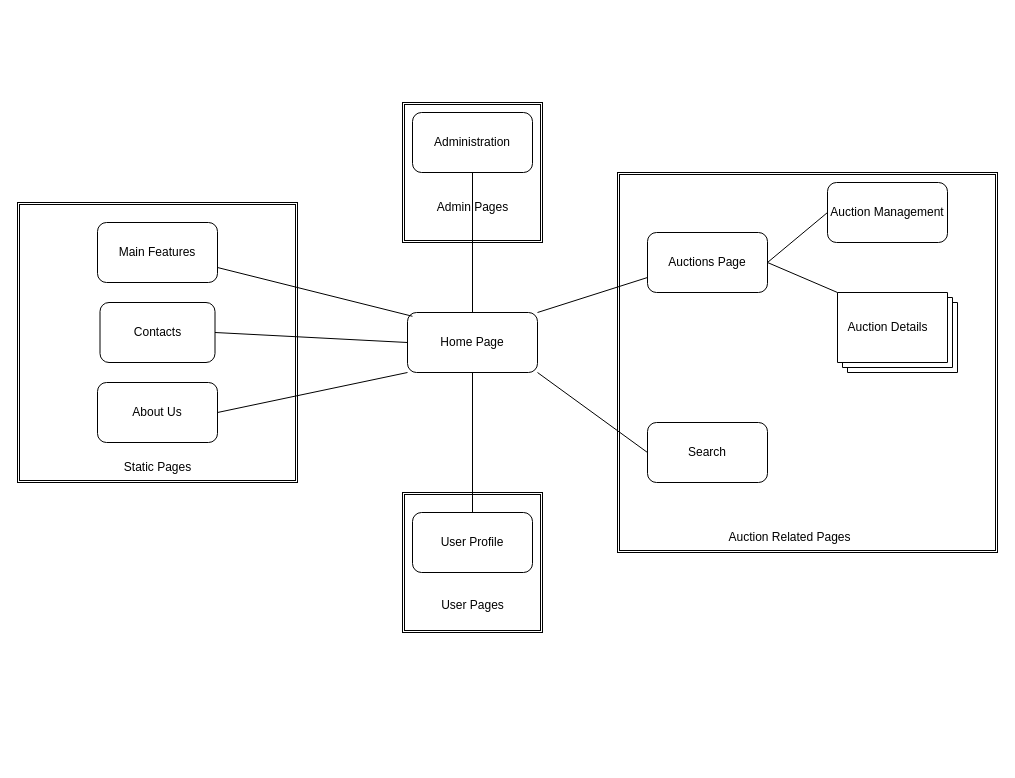
This is Diagrama sem nome.drawio from frutastontas/UML, a draw.io file, before an edit. Source tidied: cells renumbered, new cells numbered last; positions are measured from the earlier drawing's top-left corner, leaving out a move shared by most shapes. Both pictures are drawn from the tidied source at 100%, with x=0, y=0 at pixel (17, 102).
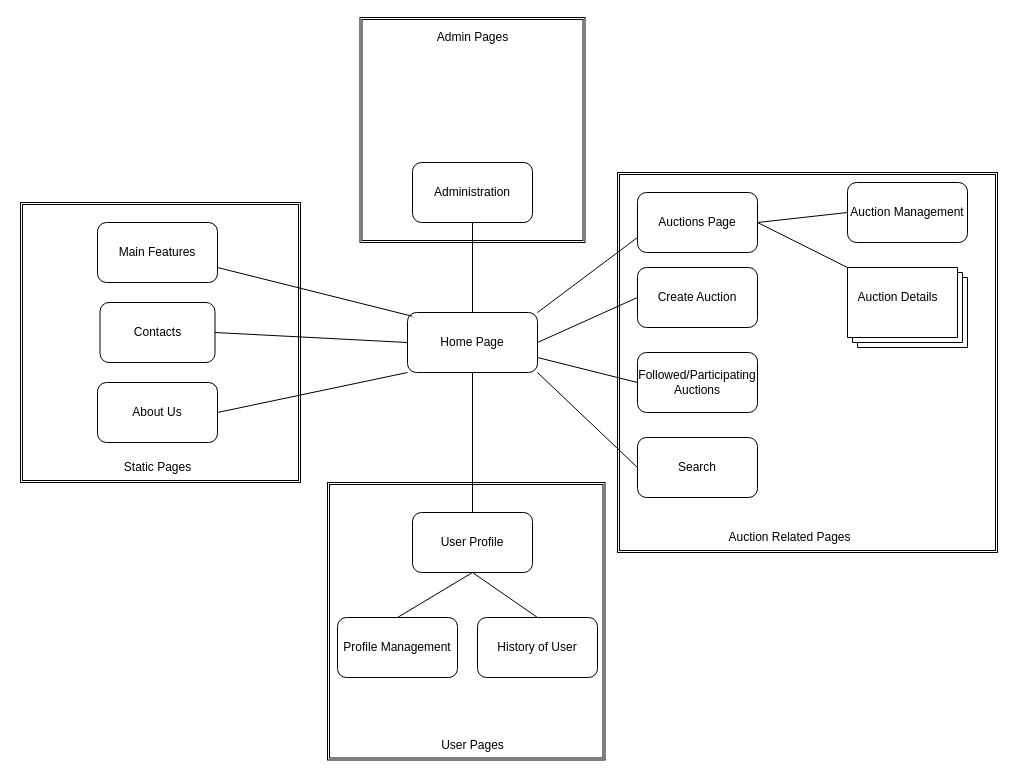
The same diagram, later.

The change refers to these unchanged cells:
```xml
<mxCell id="7" value="Home Page" style="rounded=1;whiteSpace=wrap;html=1;" parent="1" vertex="1">
  <mxGeometry x="390" y="210" width="130" height="60" as="geometry" />
</mxCell>
<mxCell id="25" value="User Profile" style="rounded=1;whiteSpace=wrap;html=1;" parent="1" vertex="1">
  <mxGeometry x="395" y="410" width="120" height="60" as="geometry" />
</mxCell>
```

What changed in the source:
```diff
@@
     <mxCell id="2" style="shape=ext;double=1;whiteSpace=wrap;html=1;" parent="1" vertex="1">
-      <mxGeometry y="100" width="280" height="280" as="geometry" />
+      <mxGeometry x="3" y="100" width="280" height="280" as="geometry" />
     </mxCell>
@@
     <mxCell id="11" style="shape=ext;double=1;whiteSpace=wrap;html=1;" parent="1" vertex="1">
-      <mxGeometry x="385" width="140" height="140" as="geometry" />
+      <mxGeometry x="342.5" y="-85" width="225" height="225" as="geometry" />
     </mxCell>
     <mxCell id="12" value="Administration" style="rounded=1;whiteSpace=wrap;html=1;" parent="1" vertex="1">
-      <mxGeometry x="395" y="10" width="120" height="60" as="geometry" />
+      <mxGeometry x="395" y="60" width="120" height="60" as="geometry" />
     </mxCell>
     <mxCell id="13" value="Admin Pages" style="text;html=1;align=center;verticalAlign=middle;strokeColor=none;fillColor=none;" parent="1" vertex="1">
-      <mxGeometry x="410" y="90" width="90" height="30" as="geometry" />
+      <mxGeometry x="410" y="-80" width="90" height="30" as="geometry" />
     </mxCell>
@@
-    <mxCell id="15" style="shape=ext;double=1;whiteSpace=wrap;html=1;" parent="1" vertex="1">
+    <mxCell id="15" style="shape=ext;double=1;whiteSpace=wrap;html=1;fontStyle=1;" parent="1" vertex="1">
       <mxGeometry x="600" y="70" width="380" height="380" as="geometry" />
     </mxCell>
     <mxCell id="16" value="Search" style="rounded=1;whiteSpace=wrap;html=1;" parent="1" vertex="1">
-      <mxGeometry x="630" y="320" width="120" height="60" as="geometry" />
+      <mxGeometry x="620" y="335" width="120" height="60" as="geometry" />
     </mxCell>
     <mxCell id="17" value="Auctions Page" style="rounded=1;whiteSpace=wrap;html=1;" parent="1" vertex="1">
-      <mxGeometry x="630" y="130" width="120" height="60" as="geometry" />
+      <mxGeometry x="620" y="90" width="120" height="60" as="geometry" />
     </mxCell>
@@
     <mxCell id="20" value="Auction Management" style="rounded=1;whiteSpace=wrap;html=1;" parent="1" vertex="1">
-      <mxGeometry x="810" y="80" width="120" height="60" as="geometry" />
+      <mxGeometry x="830" y="80" width="120" height="60" as="geometry" />
     </mxCell>
@@
     <mxCell id="22" style="verticalLabelPosition=bottom;verticalAlign=top;html=1;shape=mxgraph.basic.layered_rect;dx=10;outlineConnect=0;whiteSpace=wrap;" parent="1" vertex="1">
-      <mxGeometry x="820" y="190" width="120" height="80" as="geometry" />
+      <mxGeometry x="830" y="165" width="120" height="80" as="geometry" />
     </mxCell>
     <mxCell id="23" value="Auction Details" style="text;html=1;align=center;verticalAlign=middle;strokeColor=none;fillColor=none;" parent="1" vertex="1">
-      <mxGeometry x="820" y="210" width="100" height="30" as="geometry" />
+      <mxGeometry x="830" y="180" width="100" height="30" as="geometry" />
     </mxCell>
     <mxCell id="24" style="shape=ext;double=1;whiteSpace=wrap;html=1;" parent="1" vertex="1">
-      <mxGeometry x="385" y="390" width="140" height="140" as="geometry" />
+      <mxGeometry x="310" y="380" width="277.5" height="277.5" as="geometry" />
     </mxCell>
@@
     <mxCell id="27" value="User Pages" style="text;html=1;align=center;verticalAlign=middle;strokeColor=none;fillColor=none;" parent="1" vertex="1">
-      <mxGeometry x="410" y="488" width="90" height="30" as="geometry" />
+      <mxGeometry x="410" y="627.5" width="90" height="30" as="geometry" />
     </mxCell>
@@
+    <mxCell id="30" value="Profile Management" style="rounded=1;whiteSpace=wrap;html=1;" parent="1" vertex="1">
+      <mxGeometry x="320" y="515" width="120" height="60" as="geometry" />
+    </mxCell>
+    <mxCell id="31" style="endArrow=none;html=1;rounded=0;exitX=0.5;exitY=0;exitDx=0;exitDy=0;entryX=0.5;entryY=1;entryDx=0;entryDy=0;" parent="1" edge="1" source="30" target="25">
+      <mxGeometry relative="1" as="geometry" />
+    </mxCell>
+    <mxCell id="32" value="Create Auction" style="rounded=1;whiteSpace=wrap;html=1;" parent="1" vertex="1">
+      <mxGeometry x="620" y="165" width="120" height="60" as="geometry" />
+    </mxCell>
+    <mxCell id="33" style="endArrow=none;html=1;rounded=0;exitX=1;exitY=0.5;exitDx=0;exitDy=0;entryX=0;entryY=0.5;entryDx=0;entryDy=0;" parent="1" edge="1" source="7" target="32">
+      <mxGeometry relative="1" as="geometry" />
+    </mxCell>
+    <mxCell id="34" value="Followed/Participating Auctions" style="rounded=1;whiteSpace=wrap;html=1;" parent="1" vertex="1">
+      <mxGeometry x="620" y="250" width="120" height="60" as="geometry" />
+    </mxCell>
+    <mxCell id="35" style="endArrow=none;html=1;rounded=0;entryX=1;entryY=0.75;entryDx=0;entryDy=0;exitX=0;exitY=0.5;exitDx=0;exitDy=0;" parent="1" edge="1" source="34" target="7">
+      <mxGeometry relative="1" as="geometry" />
+    </mxCell>
+    <mxCell id="36" value="History of User" style="rounded=1;whiteSpace=wrap;html=1;" parent="1" vertex="1">
+      <mxGeometry x="460" y="515" width="120" height="60" as="geometry" />
+    </mxCell>
+    <mxCell id="37" style="endArrow=none;html=1;rounded=0;exitX=0.5;exitY=1;exitDx=0;exitDy=0;entryX=0.5;entryY=0;entryDx=0;entryDy=0;" parent="1" edge="1" source="25" target="36">
+      <mxGeometry relative="1" as="geometry" />
+    </mxCell>
```
